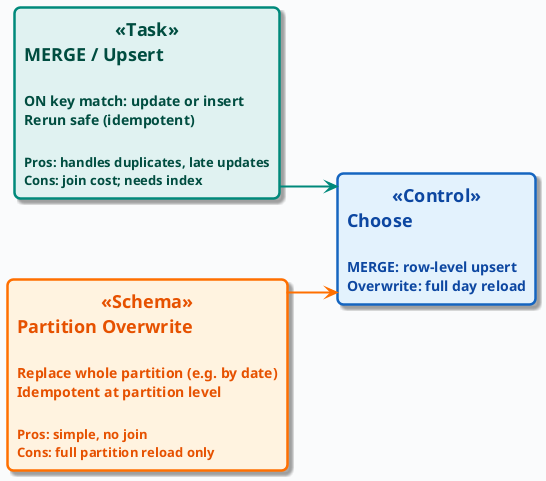
OrPerets/data-engineering-course keeps this PlantUML diagram as diagrams/week04/week4_merge_vs_overwrite.png. Above is the earlier version. Source of this version:
```plantuml
@startuml

!include ../_template_styles.puml

left to right direction

rectangle "**MERGE / Upsert**\n\n<size:14>ON key match: update or insert</size>\n<size:14>Rerun safe (idempotent)</size>\n\n<size:13>Pros: handles duplicates, late updates</size>\n<size:13>Cons: join cost; needs index</size>" as MERGE <<Task>>

rectangle "**Partition Overwrite**\n\n<size:14>Replace whole partition (e.g. by date)</size>\n<size:14>Idempotent at partition level</size>\n\n<size:13>Pros: simple, no join</size>\n<size:13>Cons: full partition reload only</size>" as OVER <<Schema>>

rectangle "**Choose**\n\n<size:14>MERGE: row-level upsert</size>\n<size:14>Overwrite: full day reload</size>" as CHOICE <<Control>>

MERGE -down[#00897B,thickness=2]-> CHOICE
OVER -down[#FF6F00,thickness=2]-> CHOICE

@enduml
```
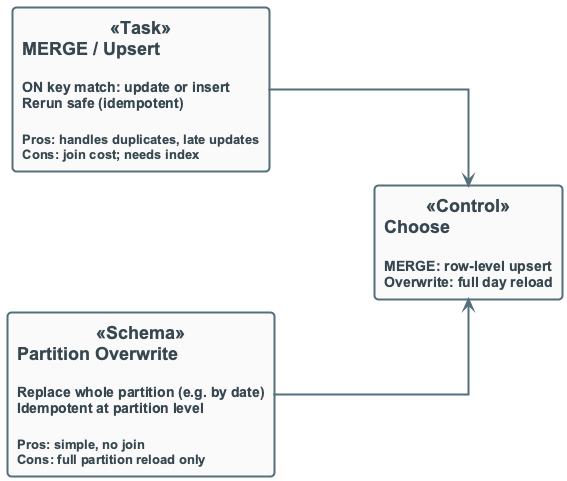
After the change.

Diff of the diagram source:
```diff
@@ -10,7 +10,7 @@
 
 rectangle "**Choose**\n\n<size:14>MERGE: row-level upsert</size>\n<size:14>Overwrite: full day reload</size>" as CHOICE <<Control>>
 
-MERGE -down[#00897B,thickness=2]-> CHOICE
-OVER -down[#FF6F00,thickness=2]-> CHOICE
+MERGE -down-> CHOICE
+OVER -down-> CHOICE
 
 @enduml
```
